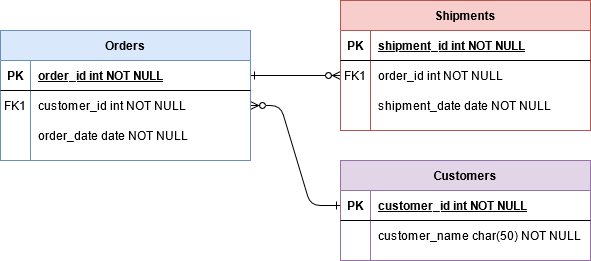
The draw.io diagram Untitled Diagram.png in TIDBIS-Example/NameOfTheProject-ERM, before a commit. Source tidied: cells renumbered, new cells last; positions are measured from the earlier drawing's top-left corner, leaving out a move shared by most shapes. The source it was exported from:
```xml
<mxGraphModel>
  <root>
    <mxCell id="0" />
    <mxCell id="1" parent="0" />
    <mxCell id="2" style="edgeStyle=entityRelationEdgeStyle;endArrow=ERzeroToMany;startArrow=ERone;endFill=1;startFill=0;" parent="1" edge="1" source="25" target="8">
      <mxGeometry relative="1" as="geometry" />
    </mxCell>
    <mxCell id="3" style="edgeStyle=entityRelationEdgeStyle;endArrow=ERzeroToMany;startArrow=ERone;endFill=1;startFill=0;" parent="1" edge="1" source="5" target="18">
      <mxGeometry relative="1" as="geometry" />
    </mxCell>
    <mxCell id="4" value="Orders" style="shape=table;startSize=30;rowLines=0;fontStyle=1;align=center;fillColor=#dae8fc;strokeColor=#6c8ebf;" parent="1" vertex="1">
      <mxGeometry y="30" width="250" height="130" as="geometry" />
    </mxCell>
    <mxCell id="5" style="shape=partialRectangle;fillColor=none;points=[[0,0.5],[1,0.5]];portConstraint=eastwest;top=0;left=0;right=0;bottom=1;" parent="4" vertex="1">
      <mxGeometry y="30" width="250" height="30" as="geometry" />
    </mxCell>
    <mxCell id="6" value="PK" style="shape=partialRectangle;overflow=hidden;fillColor=none;top=0;left=0;bottom=0;right=0;fontStyle=1;" parent="5" vertex="1">
      <mxGeometry width="30" height="30" as="geometry" />
    </mxCell>
    <mxCell id="7" value="order_id int NOT NULL " style="shape=partialRectangle;overflow=hidden;fillColor=none;top=0;left=0;bottom=0;right=0;align=left;spacingLeft=6;fontStyle=5;" parent="5" vertex="1">
      <mxGeometry x="30" width="220" height="30" as="geometry" />
    </mxCell>
    <mxCell id="8" style="shape=partialRectangle;fillColor=none;points=[[0,0.5],[1,0.5]];portConstraint=eastwest;top=0;left=0;right=0;bottom=0;" parent="4" vertex="1">
      <mxGeometry y="60" width="250" height="30" as="geometry" />
    </mxCell>
    <mxCell id="9" value="FK1" style="shape=partialRectangle;overflow=hidden;fillColor=none;top=0;left=0;bottom=0;right=0;" parent="8" vertex="1">
      <mxGeometry width="30" height="30" as="geometry" />
    </mxCell>
    <mxCell id="10" value="customer_id int NOT NULL" style="shape=partialRectangle;overflow=hidden;fillColor=none;top=0;left=0;bottom=0;right=0;align=left;spacingLeft=6;" parent="8" vertex="1">
      <mxGeometry x="30" width="220" height="30" as="geometry" />
    </mxCell>
    <mxCell id="11" style="shape=partialRectangle;fillColor=none;top=0;left=0;right=0;bottom=0;" parent="4" vertex="1">
      <mxGeometry y="90" width="250" height="30" as="geometry" />
    </mxCell>
    <mxCell id="12" style="shape=partialRectangle;overflow=hidden;fillColor=none;top=0;left=0;bottom=0;right=0;" parent="11" vertex="1">
      <mxGeometry width="30" height="30" as="geometry" />
    </mxCell>
    <mxCell id="13" value="order_date date NOT NULL" style="shape=partialRectangle;overflow=hidden;fillColor=none;top=0;left=0;bottom=0;right=0;align=left;spacingLeft=6;" parent="11" vertex="1">
      <mxGeometry x="30" width="220" height="30" as="geometry" />
    </mxCell>
    <mxCell id="14" value="Shipments" style="shape=table;startSize=30;rowLines=0;fontStyle=1;align=center;fillColor=#f8cecc;strokeColor=#b85450;" parent="1" vertex="1">
      <mxGeometry x="340" width="250" height="130" as="geometry" />
    </mxCell>
    <mxCell id="15" style="shape=partialRectangle;fillColor=none;top=0;left=0;right=0;bottom=1;" parent="14" vertex="1">
      <mxGeometry y="30" width="250" height="30" as="geometry" />
    </mxCell>
    <mxCell id="16" value="PK" style="shape=partialRectangle;overflow=hidden;fillColor=none;top=0;left=0;bottom=0;right=0;fontStyle=1;" parent="15" vertex="1">
      <mxGeometry width="30" height="30" as="geometry" />
    </mxCell>
    <mxCell id="17" value="shipment_id int NOT NULL " style="shape=partialRectangle;overflow=hidden;fillColor=none;top=0;left=0;bottom=0;right=0;align=left;spacingLeft=6;fontStyle=5;" parent="15" vertex="1">
      <mxGeometry x="30" width="220" height="30" as="geometry" />
    </mxCell>
    <mxCell id="18" style="shape=partialRectangle;fillColor=none;points=[[0,0.5],[1,0.5]];portConstraint=eastwest;top=0;left=0;right=0;bottom=0;" parent="14" vertex="1">
      <mxGeometry y="60" width="250" height="30" as="geometry" />
    </mxCell>
    <mxCell id="19" value="FK1" style="shape=partialRectangle;overflow=hidden;fillColor=none;top=0;left=0;bottom=0;right=0;" parent="18" vertex="1">
      <mxGeometry width="30" height="30" as="geometry" />
    </mxCell>
    <mxCell id="20" value="order_id int NOT NULL" style="shape=partialRectangle;overflow=hidden;fillColor=none;top=0;left=0;bottom=0;right=0;align=left;spacingLeft=6;" parent="18" vertex="1">
      <mxGeometry x="30" width="220" height="30" as="geometry" />
    </mxCell>
    <mxCell id="21" style="shape=partialRectangle;fillColor=none;top=0;left=0;right=0;bottom=0;" parent="14" vertex="1">
      <mxGeometry y="90" width="250" height="30" as="geometry" />
    </mxCell>
    <mxCell id="22" style="shape=partialRectangle;overflow=hidden;fillColor=none;top=0;left=0;bottom=0;right=0;" parent="21" vertex="1">
      <mxGeometry width="30" height="30" as="geometry" />
    </mxCell>
    <mxCell id="23" value="shipment_date date NOT NULL" style="shape=partialRectangle;overflow=hidden;fillColor=none;top=0;left=0;bottom=0;right=0;align=left;spacingLeft=6;" parent="21" vertex="1">
      <mxGeometry x="30" width="220" height="30" as="geometry" />
    </mxCell>
    <mxCell id="24" value="Customers" style="shape=table;startSize=30;rowLines=0;fontStyle=1;align=center;fillColor=#e1d5e7;strokeColor=#9673a6;" parent="1" vertex="1">
      <mxGeometry x="340" y="160" width="250" height="100" as="geometry" />
    </mxCell>
    <mxCell id="25" style="shape=partialRectangle;fillColor=none;points=[[0,0.5],[1,0.5]];portConstraint=eastwest;top=0;left=0;right=0;bottom=1;" parent="24" vertex="1">
      <mxGeometry y="30" width="250" height="30" as="geometry" />
    </mxCell>
    <mxCell id="26" value="PK" style="shape=partialRectangle;overflow=hidden;fillColor=none;top=0;left=0;bottom=0;right=0;fontStyle=1;" parent="25" vertex="1">
      <mxGeometry width="30" height="30" as="geometry" />
    </mxCell>
    <mxCell id="27" value="customer_id int NOT NULL " style="shape=partialRectangle;overflow=hidden;fillColor=none;top=0;left=0;bottom=0;right=0;align=left;spacingLeft=6;fontStyle=5;" parent="25" vertex="1">
      <mxGeometry x="30" width="220" height="30" as="geometry" />
    </mxCell>
    <mxCell id="28" style="shape=partialRectangle;fillColor=none;top=0;left=0;right=0;bottom=0;" parent="24" vertex="1">
      <mxGeometry y="60" width="250" height="30" as="geometry" />
    </mxCell>
    <mxCell id="29" style="shape=partialRectangle;overflow=hidden;fillColor=none;top=0;left=0;bottom=0;right=0;" parent="28" vertex="1">
      <mxGeometry width="30" height="30" as="geometry" />
    </mxCell>
    <mxCell id="30" value="customer_name char(50) NOT NULL" style="shape=partialRectangle;overflow=hidden;fillColor=none;top=0;left=0;bottom=0;right=0;align=left;spacingLeft=6;" parent="28" vertex="1">
      <mxGeometry x="30" width="220" height="30" as="geometry" />
    </mxCell>
  </root>
</mxGraphModel>
```
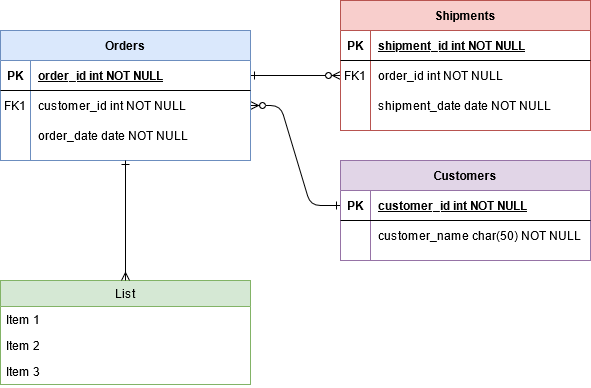
Above is the later version.

Change to the diagram source:
```diff
@@ -89,5 +89,20 @@
     <mxCell id="30" value="customer_name char(50) NOT NULL" style="shape=partialRectangle;overflow=hidden;fillColor=none;top=0;left=0;bottom=0;right=0;align=left;spacingLeft=6;" parent="28" vertex="1">
       <mxGeometry x="30" width="220" height="30" as="geometry" />
     </mxCell>
+    <mxCell id="31" value="List" style="swimlane;fontStyle=0;horizontal=1;startSize=26;fillColor=#d5e8d4;strokeColor=#82b366;" parent="1" vertex="1">
+      <mxGeometry y="280" width="250" height="104" as="geometry" />
+    </mxCell>
+    <mxCell id="32" value="Item 1" style="text;strokeColor=none;fillColor=none;align=left;verticalAlign=top;spacingLeft=4;spacingRight=4;overflow=hidden;" parent="31" vertex="1">
+      <mxGeometry y="26" width="250" height="26" as="geometry" />
+    </mxCell>
+    <mxCell id="33" value="Item 2" style="text;strokeColor=none;fillColor=none;align=left;verticalAlign=top;spacingLeft=4;spacingRight=4;overflow=hidden;" parent="31" vertex="1">
+      <mxGeometry y="52" width="250" height="26" as="geometry" />
+    </mxCell>
+    <mxCell id="34" value="Item 3" style="text;strokeColor=none;fillColor=none;align=left;verticalAlign=top;spacingLeft=4;spacingRight=4;overflow=hidden;" parent="31" vertex="1">
+      <mxGeometry y="78" width="250" height="26" as="geometry" />
+    </mxCell>
+    <mxCell id="35" style="endArrow=ERmany;html=1;exitX=0.5;exitY=1;exitDx=0;exitDy=0;endFill=0;startArrow=ERone;startFill=0;" parent="1" edge="1" source="4" target="31">
+      <mxGeometry relative="1" as="geometry" />
+    </mxCell>
   </root>
 </mxGraphModel>
```
